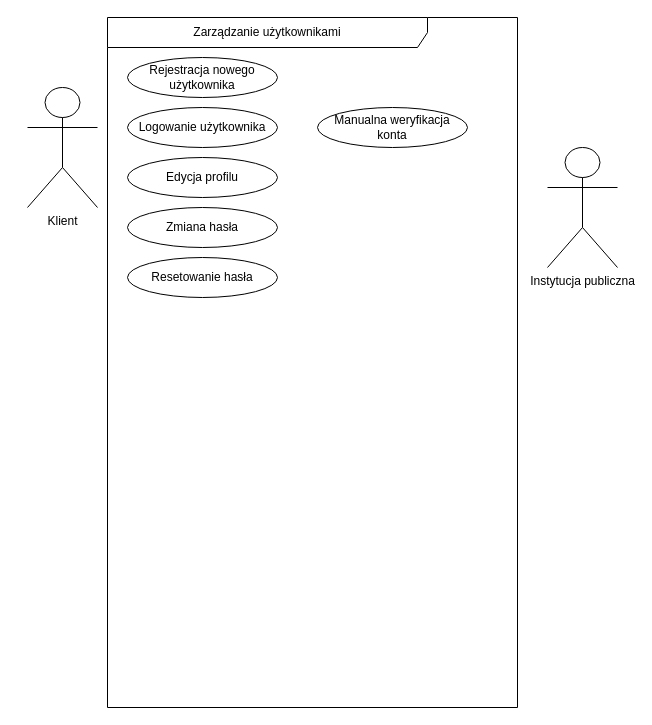
Before: page "Strona-2" (2 of 2) of mwo_lokalni_app.drawio in Haltie13/lokalni_app, a draw.io diagram. Source tidied: cells renumbered, new cells numbered last; positions are measured from the earlier drawing's top-left corner, leaving out a move shared by most shapes. Both pictures are drawn from the tidied source at 100%, with x=0, y=0 at pixel (27, 17).
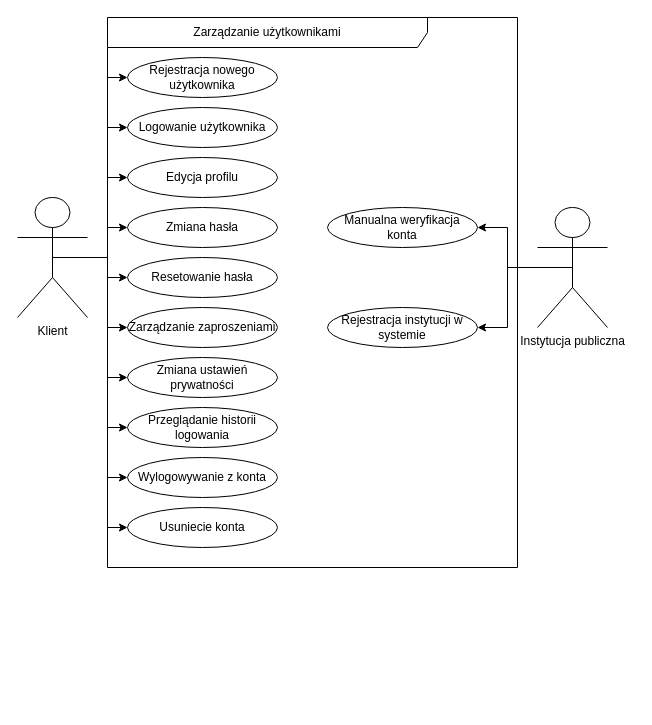
The same page after the edit.

Unchanged cells that the change refers to:
```xml
<mxCell id="4" value="Rejestracja nowego użytkownika" style="ellipse;whiteSpace=wrap;html=1;" parent="1" vertex="1">
  <mxGeometry x="100" y="40" width="150" height="40" as="geometry" />
</mxCell>
<mxCell id="5" value="Logowanie użytkownika" style="ellipse;whiteSpace=wrap;html=1;" parent="1" vertex="1">
  <mxGeometry x="100" y="90" width="150" height="40" as="geometry" />
</mxCell>
<mxCell id="8" value="Edycja profilu" style="ellipse;whiteSpace=wrap;html=1;" parent="1" vertex="1">
  <mxGeometry x="100" y="140" width="150" height="40" as="geometry" />
</mxCell>
<mxCell id="9" value="Resetowanie hasła" style="ellipse;whiteSpace=wrap;html=1;" parent="1" vertex="1">
  <mxGeometry x="100" y="240" width="150" height="40" as="geometry" />
</mxCell>
<mxCell id="10" value="Zmiana hasła" style="ellipse;whiteSpace=wrap;html=1;" parent="1" vertex="1">
  <mxGeometry x="100" y="190" width="150" height="40" as="geometry" />
</mxCell>
```

The edit, as a diff of the source:
```diff
@@
     <mxCell id="2" value="Zarządzanie użytkownikami" style="shape=umlFrame;whiteSpace=wrap;html=1;width=320;height=30;" parent="1" vertex="1">
-      <mxGeometry x="80" width="410" height="690" as="geometry" />
+      <mxGeometry x="80" width="410" height="550" as="geometry" />
     </mxCell>
+    <mxCell id="11" style="edgeStyle=orthogonalEdgeStyle;rounded=0;jettySize=auto;html=1;exitX=0.5;exitY=0.5;exitDx=0;exitDy=0;exitPerimeter=0;entryX=1;entryY=0.5;entryDx=0;entryDy=0;" parent="1" edge="1" source="3" target="28">
+      <mxGeometry relative="1" as="geometry" />
+    </mxCell>
+    <mxCell id="12" style="edgeStyle=orthogonalEdgeStyle;rounded=0;jettySize=auto;html=1;exitX=0.5;exitY=0.5;exitDx=0;exitDy=0;exitPerimeter=0;entryX=1;entryY=0.5;entryDx=0;entryDy=0;" parent="1" edge="1" source="3" target="6">
+      <mxGeometry relative="1" as="geometry" />
+    </mxCell>
     <mxCell id="3" value="&lt;div&gt;Instytucja publiczna&lt;/div&gt;&lt;div&gt;&lt;br&gt;&lt;/div&gt;" style="shape=umlActor;html=1;verticalLabelPosition=bottom;verticalAlign=top;align=center;" parent="1" vertex="1">
-      <mxGeometry x="520" y="130" width="70" height="120" as="geometry" />
+      <mxGeometry x="510" y="190" width="70" height="120" as="geometry" />
     </mxCell>
@@
     <mxCell id="6" value="Manualna weryfikacja konta" style="ellipse;whiteSpace=wrap;html=1;" parent="1" vertex="1">
-      <mxGeometry x="290" y="90" width="150" height="40" as="geometry" />
+      <mxGeometry x="300" y="190" width="150" height="40" as="geometry" />
     </mxCell>
+    <mxCell id="13" style="edgeStyle=orthogonalEdgeStyle;rounded=0;jettySize=auto;html=1;exitX=0.5;exitY=0.5;exitDx=0;exitDy=0;exitPerimeter=0;" parent="1" edge="1" source="7" target="9">
+      <mxGeometry relative="1" as="geometry" />
+    </mxCell>
+    <mxCell id="14" style="edgeStyle=orthogonalEdgeStyle;rounded=0;jettySize=auto;html=1;exitX=0.5;exitY=0.5;exitDx=0;exitDy=0;exitPerimeter=0;entryX=0;entryY=0.5;entryDx=0;entryDy=0;" parent="1" edge="1" source="7" target="23">
+      <mxGeometry relative="1" as="geometry" />
+    </mxCell>
+    <mxCell id="15" style="edgeStyle=orthogonalEdgeStyle;rounded=0;jettySize=auto;html=1;exitX=0.5;exitY=0.5;exitDx=0;exitDy=0;exitPerimeter=0;entryX=0;entryY=0.5;entryDx=0;entryDy=0;" parent="1" edge="1" source="7" target="24">
+      <mxGeometry relative="1" as="geometry" />
+    </mxCell>
+    <mxCell id="16" style="edgeStyle=orthogonalEdgeStyle;rounded=0;jettySize=auto;html=1;exitX=0.5;exitY=0.5;exitDx=0;exitDy=0;exitPerimeter=0;entryX=0;entryY=0.5;entryDx=0;entryDy=0;" parent="1" edge="1" source="7" target="25">
+      <mxGeometry relative="1" as="geometry" />
+    </mxCell>
+    <mxCell id="17" style="edgeStyle=orthogonalEdgeStyle;rounded=0;jettySize=auto;html=1;exitX=0.5;exitY=0.5;exitDx=0;exitDy=0;exitPerimeter=0;entryX=0;entryY=0.5;entryDx=0;entryDy=0;" parent="1" edge="1" source="7" target="26">
+      <mxGeometry relative="1" as="geometry" />
+    </mxCell>
+    <mxCell id="18" style="edgeStyle=orthogonalEdgeStyle;rounded=0;jettySize=auto;html=1;exitX=0.5;exitY=0.5;exitDx=0;exitDy=0;exitPerimeter=0;entryX=0;entryY=0.5;entryDx=0;entryDy=0;" parent="1" edge="1" source="7" target="27">
+      <mxGeometry relative="1" as="geometry" />
+    </mxCell>
+    <mxCell id="19" style="edgeStyle=orthogonalEdgeStyle;rounded=0;jettySize=auto;html=1;exitX=0.5;exitY=0.5;exitDx=0;exitDy=0;exitPerimeter=0;" parent="1" edge="1" source="7" target="10">
+      <mxGeometry relative="1" as="geometry" />
+    </mxCell>
+    <mxCell id="20" style="edgeStyle=orthogonalEdgeStyle;rounded=0;jettySize=auto;html=1;exitX=0.5;exitY=0.5;exitDx=0;exitDy=0;exitPerimeter=0;" parent="1" edge="1" source="7" target="8">
+      <mxGeometry relative="1" as="geometry" />
+    </mxCell>
+    <mxCell id="21" style="edgeStyle=orthogonalEdgeStyle;rounded=0;jettySize=auto;html=1;exitX=0.5;exitY=0.5;exitDx=0;exitDy=0;exitPerimeter=0;entryX=0;entryY=0.5;entryDx=0;entryDy=0;" parent="1" edge="1" source="7" target="5">
+      <mxGeometry relative="1" as="geometry" />
+    </mxCell>
+    <mxCell id="22" style="edgeStyle=orthogonalEdgeStyle;rounded=0;jettySize=auto;html=1;exitX=0.5;exitY=0.5;exitDx=0;exitDy=0;exitPerimeter=0;entryX=0;entryY=0.5;entryDx=0;entryDy=0;" parent="1" edge="1" source="7" target="4">
+      <mxGeometry relative="1" as="geometry" />
+    </mxCell>
     <mxCell id="7" value="&lt;div&gt;Klient&lt;/div&gt;&lt;div&gt;&lt;br&gt;&lt;/div&gt;" style="shape=umlActor;html=1;verticalLabelPosition=bottom;verticalAlign=top;align=center;" parent="1" vertex="1">
-      <mxGeometry y="70" width="70" height="120" as="geometry" />
+      <mxGeometry x="-10" y="180" width="70" height="120" as="geometry" />
     </mxCell>
@@
+    <mxCell id="23" value="Zarządzanie zaproszeniami" style="ellipse;whiteSpace=wrap;html=1;" parent="1" vertex="1">
+      <mxGeometry x="100" y="290" width="150" height="40" as="geometry" />
+    </mxCell>
+    <mxCell id="24" value="Zmiana ustawień prywatności" style="ellipse;whiteSpace=wrap;html=1;" parent="1" vertex="1">
+      <mxGeometry x="100" y="340" width="150" height="40" as="geometry" />
+    </mxCell>
+    <mxCell id="25" value="Przeglądanie historii logowania" style="ellipse;whiteSpace=wrap;html=1;" parent="1" vertex="1">
+      <mxGeometry x="100" y="390" width="150" height="40" as="geometry" />
+    </mxCell>
+    <mxCell id="26" value="Wylogowywanie z konta" style="ellipse;whiteSpace=wrap;html=1;" parent="1" vertex="1">
+      <mxGeometry x="100" y="440" width="150" height="40" as="geometry" />
+    </mxCell>
+    <mxCell id="27" value="Usuniecie konta" style="ellipse;whiteSpace=wrap;html=1;" parent="1" vertex="1">
+      <mxGeometry x="100" y="490" width="150" height="40" as="geometry" />
+    </mxCell>
+    <mxCell id="28" value="Rejestracja instytucji w systemie" style="ellipse;whiteSpace=wrap;html=1;" parent="1" vertex="1">
+      <mxGeometry x="300" y="290" width="150" height="40" as="geometry" />
+    </mxCell>
```
